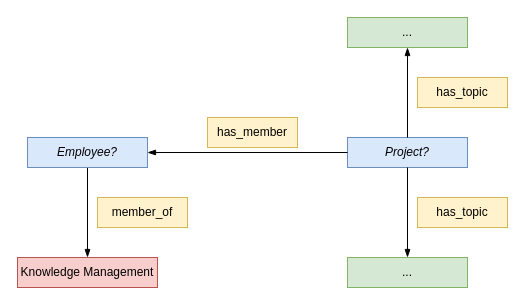
This is smw/skript/drawings/ask_query_km.drawio from StefanZander/lecture_notes, a draw.io file, before an edit. Source tidied: cells renumbered, new cells numbered last; positions are measured from the earlier drawing's top-left corner, leaving out a move shared by most shapes. Both pictures are drawn from the tidied source at 100%, with x=0, y=0 at pixel (17, 17).
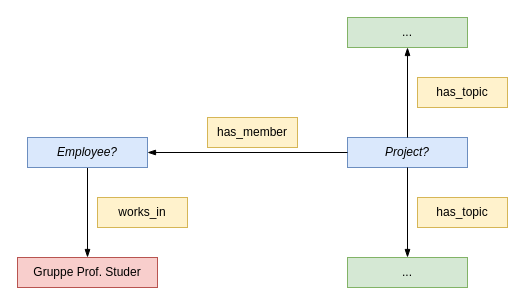
The same page after the edit.

Commit message (it also covers changes not shown here):
added slides for query semantics

Diff of the diagram source:
```diff
@@
 <mxGraphModel>
   <root>
     <mxCell id="0" />
     <mxCell id="1" parent="0" />
     <mxCell id="2" style="edgeStyle=none;rounded=0;comic=0;jettySize=auto;html=1;endArrow=blockThin;endFill=1;strokeWidth=1;fontSize=12;fontColor=#0000FF;" parent="1" edge="1" source="3" target="4">
       <mxGeometry relative="1" as="geometry" />
     </mxCell>
     <mxCell id="3" value="&lt;i&gt;Employee?&lt;/i&gt;" style="rounded=0;whiteSpace=wrap;html=1;shadow=0;glass=0;strokeColor=#6c8ebf;strokeWidth=1;fontSize=12;align=center;fillColor=#dae8fc;fontStyle=0;" parent="1" vertex="1">
       <mxGeometry x="10" y="120" width="120" height="30" as="geometry" />
     </mxCell>
-    <mxCell id="4" value="Knowledge Management" style="rounded=0;whiteSpace=wrap;html=1;shadow=0;glass=0;strokeColor=#b85450;strokeWidth=1;fontSize=12;align=center;fillColor=#f8cecc;fontStyle=0;" parent="1" vertex="1">
+    <mxCell id="4" value="Gruppe Prof. Studer" style="rounded=0;whiteSpace=wrap;html=1;shadow=0;glass=0;strokeColor=#b85450;strokeWidth=1;fontSize=12;align=center;fillColor=#f8cecc;fontStyle=0;" parent="1" vertex="1">
       <mxGeometry y="240" width="140" height="30" as="geometry" />
     </mxCell>
-    <mxCell id="5" value="member_of" style="rounded=0;whiteSpace=wrap;html=1;shadow=0;glass=0;strokeColor=#d6b656;strokeWidth=1;fontSize=12;align=center;fillColor=#fff2cc;fontStyle=0;" parent="1" vertex="1">
+    <mxCell id="5" value="works_in" style="rounded=0;whiteSpace=wrap;html=1;shadow=0;glass=0;strokeColor=#d6b656;strokeWidth=1;fontSize=12;align=center;fillColor=#fff2cc;fontStyle=0;" parent="1" vertex="1">
       <mxGeometry x="80" y="180" width="90" height="30" as="geometry" />
     </mxCell>
     <mxCell id="6" value="Project?" style="rounded=0;whiteSpace=wrap;html=1;shadow=0;glass=0;strokeColor=#6c8ebf;strokeWidth=1;fontSize=12;align=center;fillColor=#dae8fc;fontStyle=2;" parent="1" vertex="1">
       <mxGeometry x="330" y="120" width="120" height="30" as="geometry" />
     </mxCell>
     <mxCell id="7" style="edgeStyle=none;rounded=0;comic=0;jettySize=auto;html=1;endArrow=blockThin;endFill=1;strokeWidth=1;fontSize=12;fontColor=#0000FF;" parent="1" edge="1" source="6" target="3">
       <mxGeometry relative="1" as="geometry" />
     </mxCell>
     <mxCell id="8" value="has_member" style="rounded=0;whiteSpace=wrap;html=1;shadow=0;glass=0;strokeColor=#d6b656;strokeWidth=1;fontSize=12;align=center;fillColor=#fff2cc;fontStyle=0;" parent="1" vertex="1">
       <mxGeometry x="190" y="100" width="90" height="30" as="geometry" />
     </mxCell>
     <mxCell id="9" style="edgeStyle=none;rounded=0;comic=0;jettySize=auto;html=1;endArrow=blockThin;endFill=1;strokeWidth=1;fontSize=12;fontColor=#0000FF;" parent="1" edge="1" source="6" target="14">
       <mxGeometry relative="1" as="geometry" />
     </mxCell>
     <mxCell id="10" style="edgeStyle=none;rounded=0;comic=0;jettySize=auto;html=1;endArrow=blockThin;endFill=1;strokeWidth=1;fontSize=12;fontColor=#0000FF;" parent="1" edge="1" source="6" target="11">
       <mxGeometry relative="1" as="geometry" />
     </mxCell>
     <mxCell id="11" value="..." style="rounded=0;whiteSpace=wrap;html=1;shadow=0;glass=0;strokeColor=#82b366;strokeWidth=1;fontSize=12;align=center;fillColor=#d5e8d4;fontStyle=0;" parent="1" vertex="1">
       <mxGeometry x="330" width="120" height="30" as="geometry" />
     </mxCell>
     <mxCell id="12" value="has_topic" style="rounded=0;whiteSpace=wrap;html=1;shadow=0;glass=0;strokeColor=#d6b656;strokeWidth=1;fontSize=12;align=center;fillColor=#fff2cc;fontStyle=0;" parent="1" vertex="1">
       <mxGeometry x="400" y="180" width="90" height="30" as="geometry" />
     </mxCell>
     <mxCell id="13" value="has_topic" style="rounded=0;whiteSpace=wrap;html=1;shadow=0;glass=0;strokeColor=#d6b656;strokeWidth=1;fontSize=12;align=center;fillColor=#fff2cc;fontStyle=0;" parent="1" vertex="1">
       <mxGeometry x="400" y="60" width="90" height="30" as="geometry" />
     </mxCell>
     <mxCell id="14" value="..." style="rounded=0;whiteSpace=wrap;html=1;shadow=0;glass=0;strokeColor=#82b366;strokeWidth=1;fontSize=12;align=center;fillColor=#d5e8d4;fontStyle=0;" parent="1" vertex="1">
       <mxGeometry x="330" y="240" width="120" height="30" as="geometry" />
     </mxCell>
   </root>
 </mxGraphModel>
```
